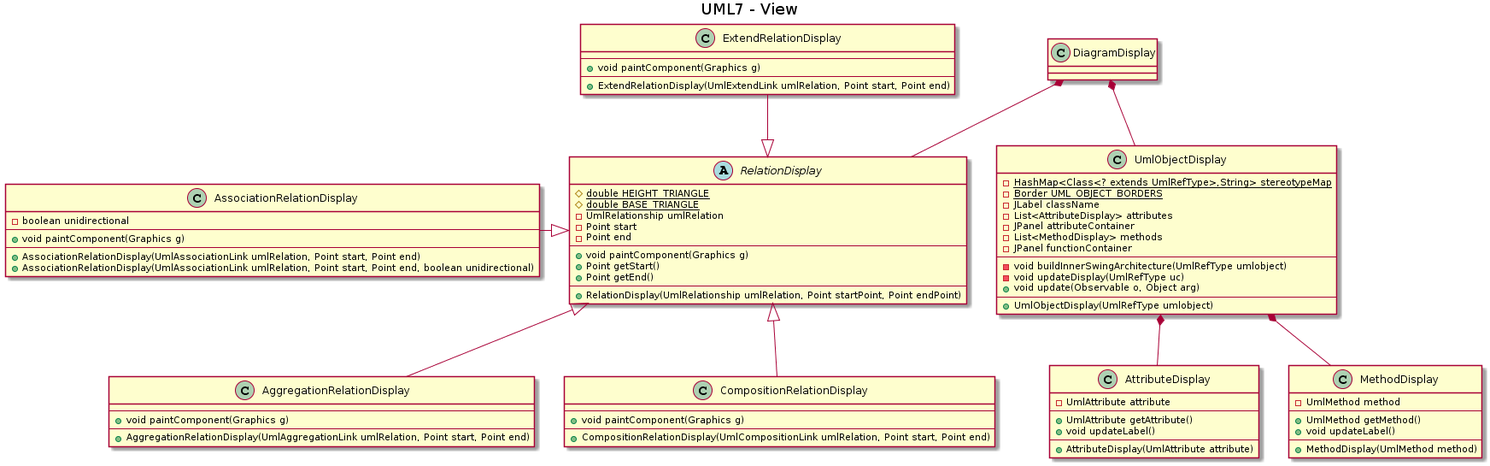
Before: doc/UML/view.png, a diagram exported from PlantUML (echodeltaFR/UML7). Source of this version:
```plantuml
@startuml
title UML7 - View

abstract RelationDisplay {
    # {static} double HEIGHT_TRIANGLE
    # {static} double BASE_TRIANGLE
    - UmlRelationship umlRelation
    - Point start
    - Point end
    --
    + void paintComponent(Graphics g)
    + Point getStart()
    + Point getEnd()
    --
    + RelationDisplay(UmlRelationship umlRelation, Point startPoint, Point endPoint)
}

class AggregationRelationDisplay {
    --
    + void paintComponent(Graphics g)
    --
    + AggregationRelationDisplay(UmlAggregationLink umlRelation, Point start, Point end)
}

class AssociationRelationDisplay {
    - boolean unidirectional
    --
    + void paintComponent(Graphics g)
    --
    + AssociationRelationDisplay(UmlAssociationLink umlRelation, Point start, Point end)
    + AssociationRelationDisplay(UmlAssociationLink umlRelation, Point start, Point end, boolean unidirectional)
}

class CompositionRelationDisplay {
    --
    + void paintComponent(Graphics g)
    --
    + CompositionRelationDisplay(UmlCompositionLink umlRelation, Point start, Point end)
}

class ExtendRelationDisplay {
    --
    + void paintComponent(Graphics g)
    --
    + ExtendRelationDisplay(UmlExtendLink umlRelation, Point start, Point end)
}

class AttributeDisplay {
    - UmlAttribute attribute
    --
    + UmlAttribute getAttribute()
    + void updateLabel()
    --
    + AttributeDisplay(UmlAttribute attribute)
}

class MethodDisplay {
    - UmlMethod method
    --
    + UmlMethod getMethod()
    + void updateLabel()
    --
    + MethodDisplay(UmlMethod method)
}

class UmlObjectDisplay {
    - {static} HashMap<Class<? extends UmlRefType>,String> stereotypeMap
    - {static} Border UML_OBJECT_BORDERS
    - JLabel className
    - List<AttributeDisplay> attributes
    - JPanel attributeContainer
    - List<MethodDisplay> methods
    - JPanel functionContainer
    --
    - void buildInnerSwingArchitecture(UmlRefType umlobject)
    - void updateDisplay(UmlRefType uc)
    + void update(Observable o, Object arg)
    --
    + UmlObjectDisplay(UmlRefType umlobject)
}

class DiagramDisplay

RelationDisplay <|-- CompositionRelationDisplay
RelationDisplay <|-left- AssociationRelationDisplay
RelationDisplay <|-down- AggregationRelationDisplay
RelationDisplay <|-up- ExtendRelationDisplay
DiagramDisplay *-- RelationDisplay
DiagramDisplay *-- UmlObjectDisplay
UmlObjectDisplay *-- MethodDisplay
UmlObjectDisplay *-- AttributeDisplay
@enduml
```
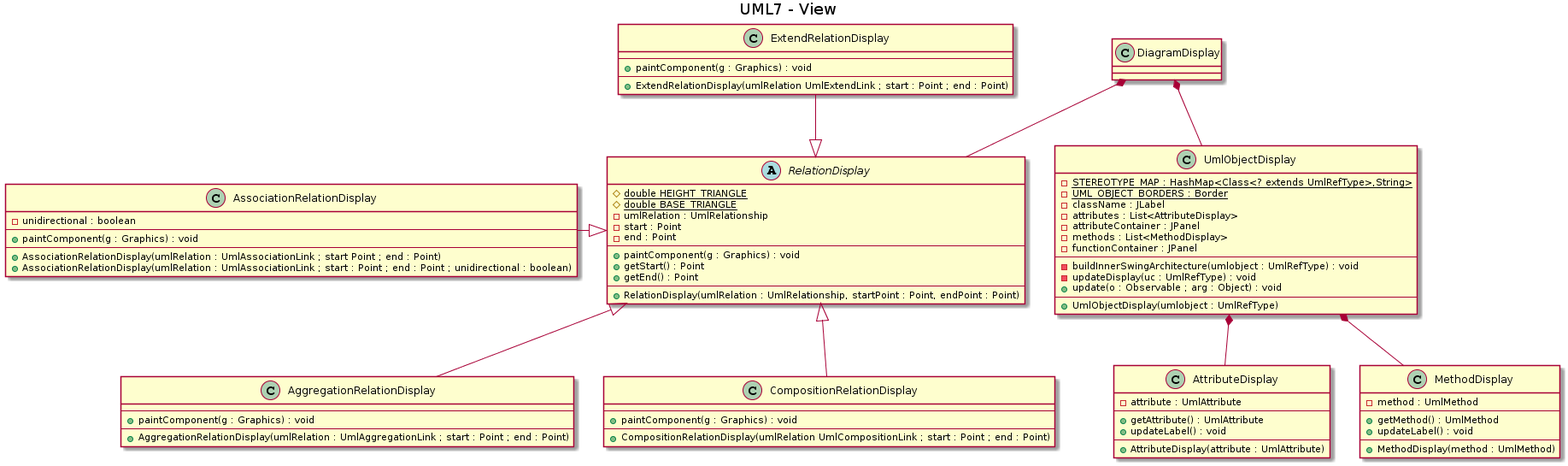
Later version of the same file.

Commit message:
Ajout dernière version diagramme view

Au format image PNG

Diff of the diagram source:
```diff
@@ -4,79 +4,79 @@
 abstract RelationDisplay {
     # {static} double HEIGHT_TRIANGLE
     # {static} double BASE_TRIANGLE
-    - UmlRelationship umlRelation
-    - Point start
-    - Point end
+    - umlRelation : UmlRelationship
+    - start : Point
+    - end : Point
     --
-    + void paintComponent(Graphics g)
-    + Point getStart()
-    + Point getEnd()
+    + paintComponent(g : Graphics) : void
+    + getStart() : Point
+    + getEnd() : Point
     --
-    + RelationDisplay(UmlRelationship umlRelation, Point startPoint, Point endPoint)
+    + RelationDisplay(umlRelation : UmlRelationship, startPoint : Point, endPoint : Point)
 }
 
 class AggregationRelationDisplay {
     --
-    + void paintComponent(Graphics g)
+    + paintComponent(g : Graphics) : void
     --
-    + AggregationRelationDisplay(UmlAggregationLink umlRelation, Point start, Point end)
+    + AggregationRelationDisplay(umlRelation : UmlAggregationLink ; start : Point ; end : Point)
 }
 
 class AssociationRelationDisplay {
-    - boolean unidirectional
+    - unidirectional : boolean
     --
-    + void paintComponent(Graphics g)
+    + paintComponent(g : Graphics) : void
     --
-    + AssociationRelationDisplay(UmlAssociationLink umlRelation, Point start, Point end)
-    + AssociationRelationDisplay(UmlAssociationLink umlRelation, Point start, Point end, boolean unidirectional)
+    + AssociationRelationDisplay(umlRelation : UmlAssociationLink ; start Point ; end : Point)
+    + AssociationRelationDisplay(umlRelation : UmlAssociationLink ; start : Point ; end : Point ; unidirectional : boolean)
 }
 
 class CompositionRelationDisplay {
     --
-    + void paintComponent(Graphics g)
+    + paintComponent(g : Graphics) : void
     --
-    + CompositionRelationDisplay(UmlCompositionLink umlRelation, Point start, Point end)
+    + CompositionRelationDisplay(umlRelation UmlCompositionLink ; start : Point ; end : Point)
 }
 
 class ExtendRelationDisplay {
     --
-    + void paintComponent(Graphics g)
+    + paintComponent(g : Graphics) : void
     --
-    + ExtendRelationDisplay(UmlExtendLink umlRelation, Point start, Point end)
+    + ExtendRelationDisplay(umlRelation UmlExtendLink ; start : Point ; end : Point)
 }
 
 class AttributeDisplay {
-    - UmlAttribute attribute
+    - attribute : UmlAttribute
     --
-    + UmlAttribute getAttribute()
-    + void updateLabel()
+    + getAttribute() : UmlAttribute
+    + updateLabel() : void
     --
-    + AttributeDisplay(UmlAttribute attribute)
+    + AttributeDisplay(attribute : UmlAttribute)
 }
 
 class MethodDisplay {
-    - UmlMethod method
+    - method : UmlMethod
     --
-    + UmlMethod getMethod()
-    + void updateLabel()
+    + getMethod() : UmlMethod
+    + updateLabel() : void
     --
-    + MethodDisplay(UmlMethod method)
+    + MethodDisplay(method : UmlMethod)
 }
 
 class UmlObjectDisplay {
-    - {static} HashMap<Class<? extends UmlRefType>,String> stereotypeMap
-    - {static} Border UML_OBJECT_BORDERS
-    - JLabel className
-    - List<AttributeDisplay> attributes
-    - JPanel attributeContainer
-    - List<MethodDisplay> methods
-    - JPanel functionContainer
+    - {static} STEREOTYPE_MAP : HashMap<Class<? extends UmlRefType>,String>
+    - {static} UML_OBJECT_BORDERS : Border
+    - className : JLabel
+    - attributes : List<AttributeDisplay>
+    - attributeContainer : JPanel
+    - methods : List<MethodDisplay>
+    - functionContainer : JPanel
     --
-    - void buildInnerSwingArchitecture(UmlRefType umlobject)
-    - void updateDisplay(UmlRefType uc)
-    + void update(Observable o, Object arg)
+    - buildInnerSwingArchitecture(umlobject : UmlRefType) : void
+    - updateDisplay(uc : UmlRefType) : void
+    + update(o : Observable ; arg : Object) : void
     --
-    + UmlObjectDisplay(UmlRefType umlobject)
+    + UmlObjectDisplay(umlobject : UmlRefType)
 }
 
 class DiagramDisplay
```
